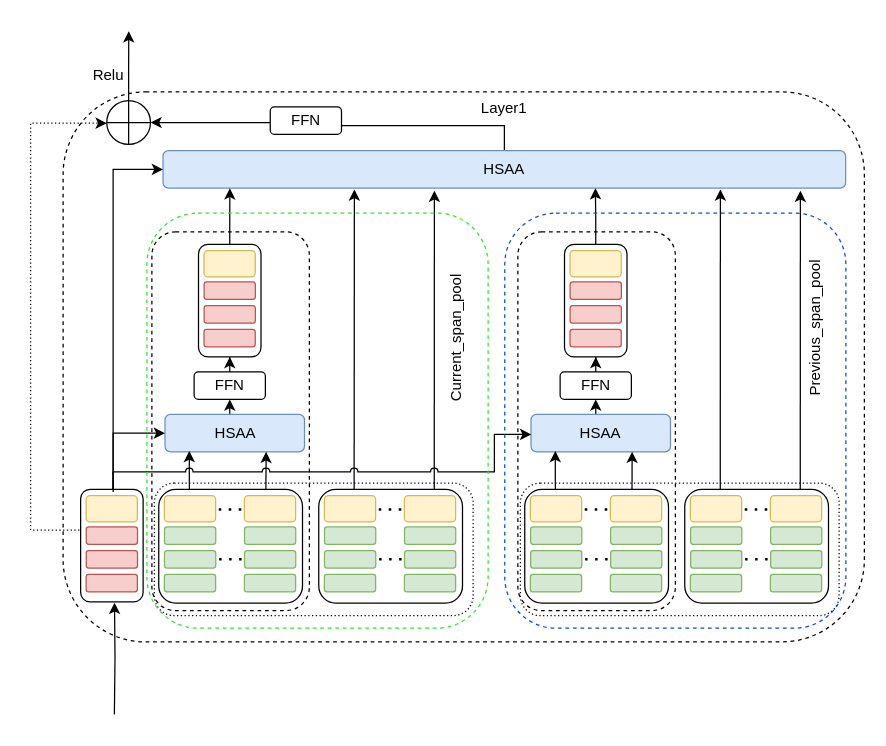
This is MyGNN_part.drawio from ZYNsama666/BackUp, a draw.io file, before an edit. Source tidied: cells renumbered, new cells numbered last; positions are measured from the earlier drawing's top-left corner, leaving out a move shared by most shapes. Both pictures are drawn from the tidied source at 125%, with x=0, y=0 at pixel (30, 31).
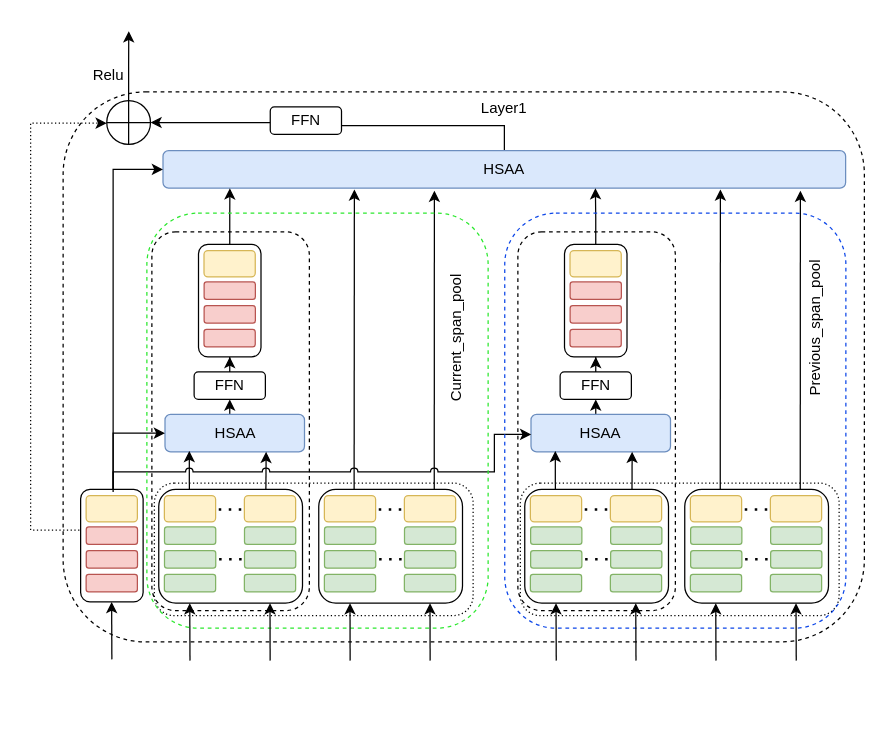
After the change.

Unchanged cells that the change refers to:
```xml
<mxCell id="33" style="rounded=1;whiteSpace=wrap;html=1;" parent="1" vertex="1">
  <mxGeometry x="40" y="366" width="50" height="90" as="geometry" />
</mxCell>
```

What changed in the source:
```diff
@@
-    <mxCell id="23" style="edgeStyle=orthogonalEdgeStyle;rounded=0;jettySize=auto;html=1;entryX=0.542;entryY=1.007;entryDx=0;entryDy=0;entryPerimeter=0;" parent="1" edge="1" target="33">
-      <mxGeometry relative="1" as="geometry">
-        <mxPoint x="67" y="546" as="sourcePoint" />
-      </mxGeometry>
-    </mxCell>
@@
+    <mxCell id="103" style="endArrow=classic;html=1;rounded=0;" parent="1" edge="1">
+      <mxGeometry relative="1" as="geometry">
+        <mxPoint x="65" y="502" as="sourcePoint" />
+        <mxPoint x="64.8" y="456" as="targetPoint" />
+      </mxGeometry>
+    </mxCell>
+    <mxCell id="104" style="endArrow=classic;html=1;rounded=0;" parent="1" edge="1">
+      <mxGeometry relative="1" as="geometry">
+        <mxPoint x="127.5" y="503" as="sourcePoint" />
+        <mxPoint x="127.3" y="457" as="targetPoint" />
+      </mxGeometry>
+    </mxCell>
+    <mxCell id="105" style="endArrow=classic;html=1;rounded=0;" parent="1" edge="1">
+      <mxGeometry relative="1" as="geometry">
+        <mxPoint x="191.6" y="503" as="sourcePoint" />
+        <mxPoint x="191.5" y="457" as="targetPoint" />
+      </mxGeometry>
+    </mxCell>
+    <mxCell id="106" style="endArrow=classic;html=1;rounded=0;" parent="1" edge="1">
+      <mxGeometry relative="1" as="geometry">
+        <mxPoint x="255.6" y="503" as="sourcePoint" />
+        <mxPoint x="255.5" y="457" as="targetPoint" />
+      </mxGeometry>
+    </mxCell>
+    <mxCell id="107" style="endArrow=classic;html=1;rounded=0;" parent="1" edge="1">
+      <mxGeometry relative="1" as="geometry">
+        <mxPoint x="319.6" y="503" as="sourcePoint" />
+        <mxPoint x="319.5" y="457" as="targetPoint" />
+      </mxGeometry>
+    </mxCell>
+    <mxCell id="108" style="endArrow=classic;html=1;rounded=0;" parent="1" edge="1">
+      <mxGeometry relative="1" as="geometry">
+        <mxPoint x="420.5" y="503" as="sourcePoint" />
+        <mxPoint x="420.3" y="457" as="targetPoint" />
+      </mxGeometry>
+    </mxCell>
+    <mxCell id="109" style="endArrow=classic;html=1;rounded=0;" parent="1" edge="1">
+      <mxGeometry relative="1" as="geometry">
+        <mxPoint x="484.3" y="503" as="sourcePoint" />
+        <mxPoint x="484.1" y="457" as="targetPoint" />
+      </mxGeometry>
+    </mxCell>
+    <mxCell id="110" style="endArrow=classic;html=1;rounded=0;" parent="1" edge="1">
+      <mxGeometry relative="1" as="geometry">
+        <mxPoint x="548.3" y="503" as="sourcePoint" />
+        <mxPoint x="548.1" y="457" as="targetPoint" />
+      </mxGeometry>
+    </mxCell>
+    <mxCell id="111" style="endArrow=classic;html=1;rounded=0;" parent="1" edge="1">
+      <mxGeometry relative="1" as="geometry">
+        <mxPoint x="612.5" y="503" as="sourcePoint" />
+        <mxPoint x="612.3" y="457" as="targetPoint" />
+      </mxGeometry>
+    </mxCell>
```
